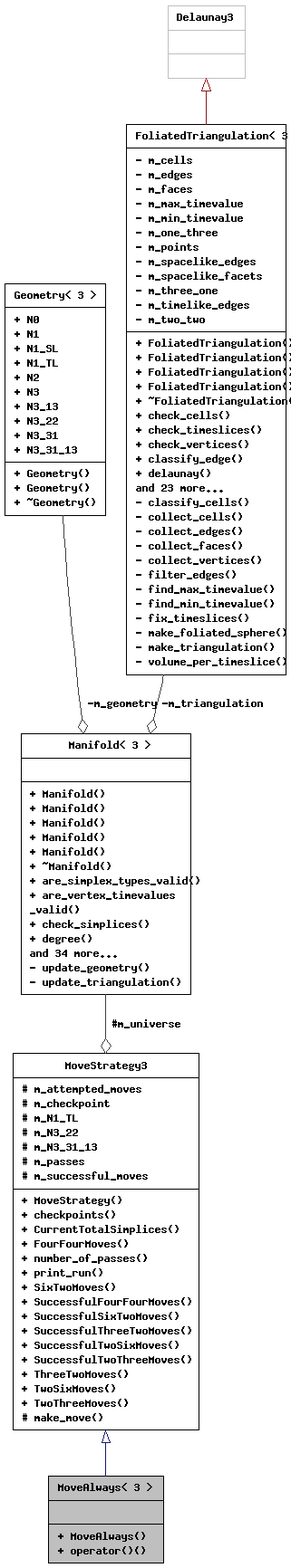
Earlier version of the Graphviz export class_move_always_3_013_01_4__coll__graph.png (acgetchell/CDT-plusplus). Its source is kept beside it as class_move_always_3_013_01_4__coll__graph.dot.
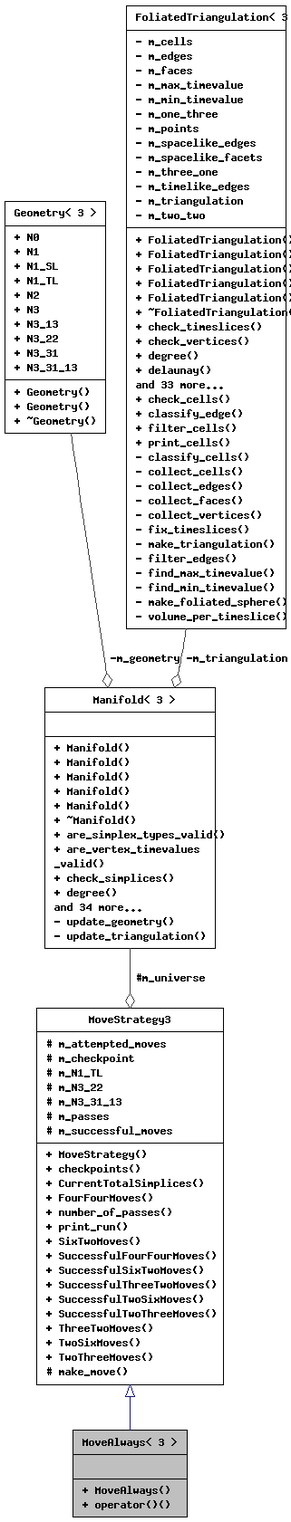
Later version of the same file.

Change to the diagram source:
```diff
@@ -10,7 +10,5 @@
   Node4 -> Node3 [color="grey25",fontsize="10",style="solid",label=" -m_geometry" ,arrowhead="odiamond",fontname="Helvetica"];
   Node4 [label="{Geometry\< 3 \>\n|+ N0\l+ N1\l+ N1_SL\l+ N1_TL\l+ N2\l+ N3\l+ N3_13\l+ N3_22\l+ N3_31\l+ N3_31_13\l|+ Geometry()\l+ Geometry()\l+ ~Geometry()\l}",height=0.2,width=0.4,color="black", fillcolor="white", style="filled",URL="$struct_geometry_3_013_01_4.html",tooltip="3D Geometry"];
   Node5 -> Node3 [color="grey25",fontsize="10",style="solid",label=" -m_triangulation" ,arrowhead="odiamond",fontname="Helvetica"];
-  Node5 [label="{FoliatedTriangulation\< 3 \>\n|- m_cells\l- m_edges\l- m_faces\l- m_max_timevalue\l- m_min_timevalue\l- m_one_three\l- m_points\l- m_spacelike_edges\l- m_spacelike_facets\l- m_three_one\l- m_timelike_edges\l- m_two_two\l|+ FoliatedTriangulation()\l+ FoliatedTriangulation()\l+ FoliatedTriangulation()\l+ FoliatedTriangulation()\l+ ~FoliatedTriangulation()\l+ check_cells()\l+ check_timeslices()\l+ check_vertices()\l+ classify_edge()\l+ delaunay()\land 23 more...\l- classify_cells()\l- collect_cells()\l- collect_edges()\l- collect_faces()\l- collect_vertices()\l- filter_edges()\l- find_max_timevalue()\l- find_min_timevalue()\l- fix_timeslices()\l- make_foliated_sphere()\l- make_triangulation()\l- volume_per_timeslice()\l}",height=0.2,width=0.4,color="black", fillcolor="white", style="filled",URL="$class_foliated_triangulation_3_013_01_4.html",tooltip="3D Triangulation"];
-  Node6 -> Node5 [dir="back",color="firebrick4",fontsize="10",style="solid",arrowtail="onormal",fontname="Helvetica"];
-  Node6 [label="{Delaunay3\n||}",height=0.2,width=0.4,color="grey75", fillcolor="white", style="filled",tooltip=" "];
+  Node5 [label="{FoliatedTriangulation\< 3 \>\n|- m_cells\l- m_edges\l- m_faces\l- m_max_timevalue\l- m_min_timevalue\l- m_one_three\l- m_points\l- m_spacelike_edges\l- m_spacelike_facets\l- m_three_one\l- m_timelike_edges\l- m_triangulation\l- m_two_two\l|+ FoliatedTriangulation()\l+ FoliatedTriangulation()\l+ FoliatedTriangulation()\l+ FoliatedTriangulation()\l+ FoliatedTriangulation()\l+ ~FoliatedTriangulation()\l+ check_timeslices()\l+ check_vertices()\l+ degree()\l+ delaunay()\land 33 more...\l+ check_cells()\l+ classify_edge()\l+ filter_cells()\l+ print_cells()\l- classify_cells()\l- collect_cells()\l- collect_edges()\l- collect_faces()\l- collect_vertices()\l- fix_timeslices()\l- make_triangulation()\l- filter_edges()\l- find_max_timevalue()\l- find_min_timevalue()\l- make_foliated_sphere()\l- volume_per_timeslice()\l}",height=0.2,width=0.4,color="black", fillcolor="white", style="filled",URL="$class_foliated_triangulation_3_013_01_4.html",tooltip="3D Triangulation"];
 }
```
